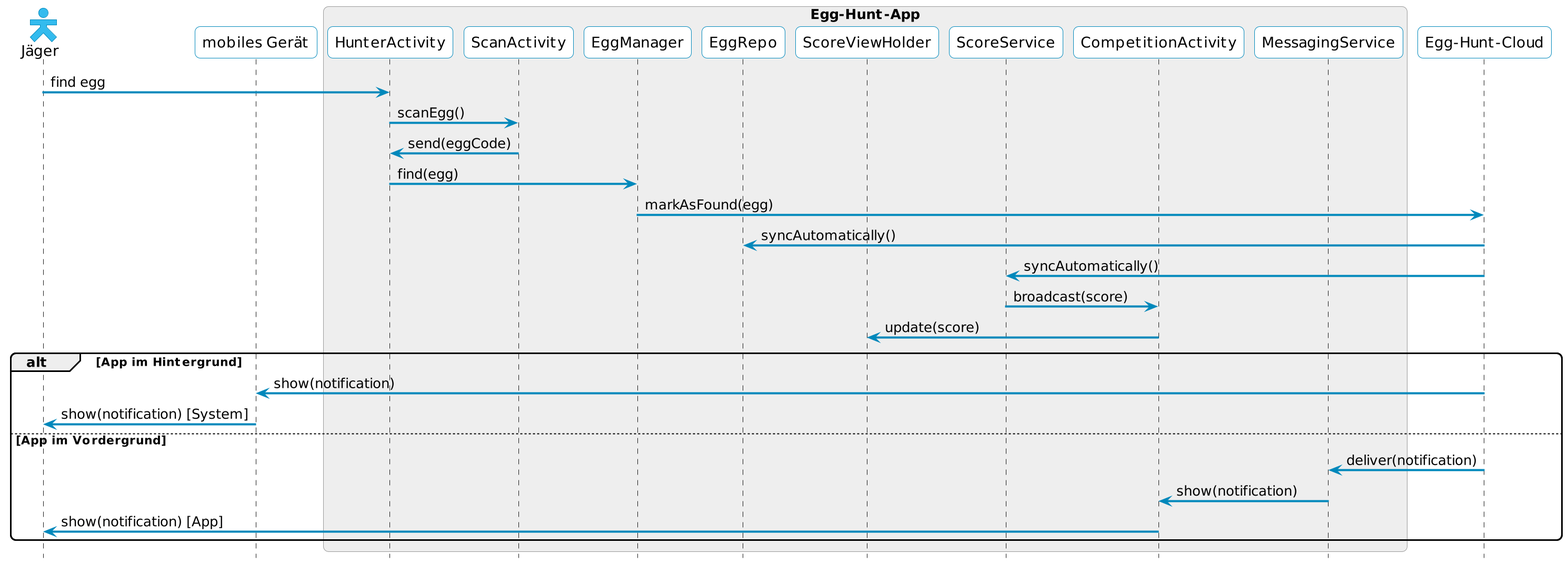
Before: doc/sequences/findEgg.png, a diagram exported from PlantUML (rinverardi/app-egghunt).
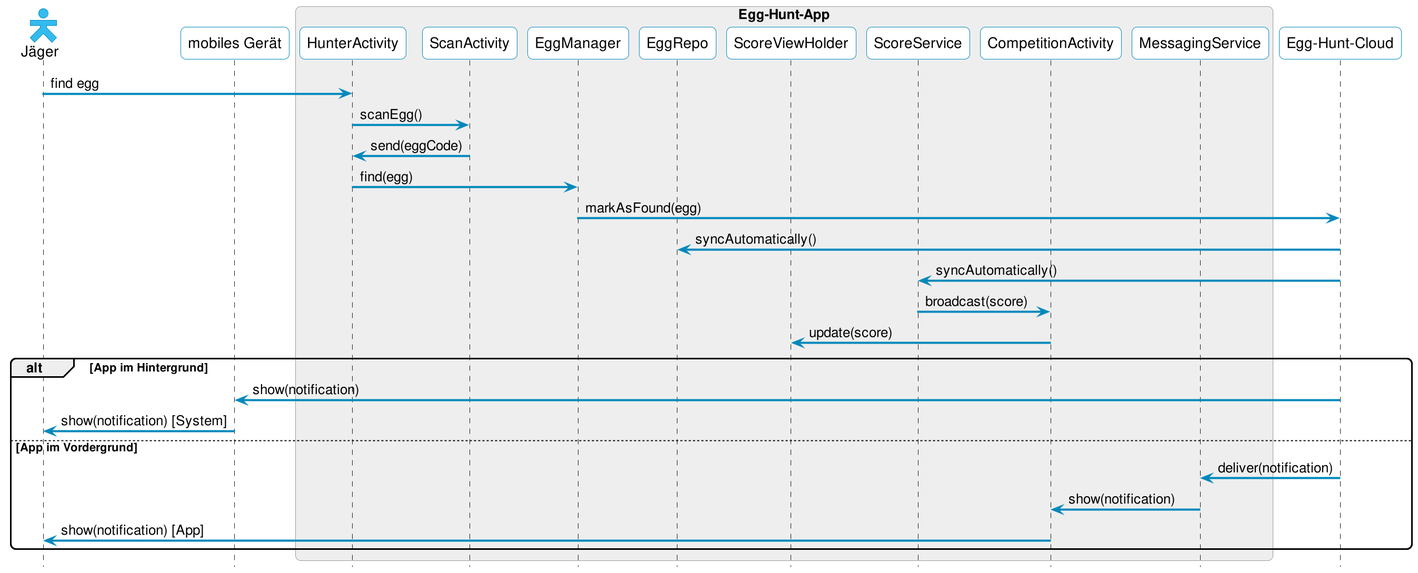
Above is the later version.

Diff of the diagram source:
```diff
@@ -1,36 +1,6 @@
 @startuml
-!$AREA_DARK = "#999"
-!$AREA_LIGHT = "#eee"
-!$BLACK = "#000"
-!$PRIMARY_DARK = "#08b"
-!$PRIMARY_LIGHT = "#3be"
-!$WHITE = "#fff"
+!include common.uml
 
-hide footbox
-scale 2
-
-skinparam actor {
-  BackgroundColor $PRIMARY_LIGHT
-  BorderColor $PRIMARY_DARK
-}
-
-skinparam arrow {
-  Thickness 2
-  Color $PRIMARY_DARK
-}
-
-skinparam participant {
-  BackgroundColor $WHITE
-  BorderColor $PRIMARY_DARK
-}
-
-skinparam sequenceBox {
-  BackgroundColor $AREA_LIGHT
-  BorderColor $AREA_DARK
-}
-
-skinparam actorStyle hollow
-skinparam roundcorner 10
 actor "Jäger" as hunter
 participant "mobiles Gerät" as mobileDevice
 
@@ -65,4 +35,5 @@
   messagingService -> competitionActivity: show(notification)
   competitionActivity -> hunter: show(notification) [App]
 end
+
 @enduml
```
